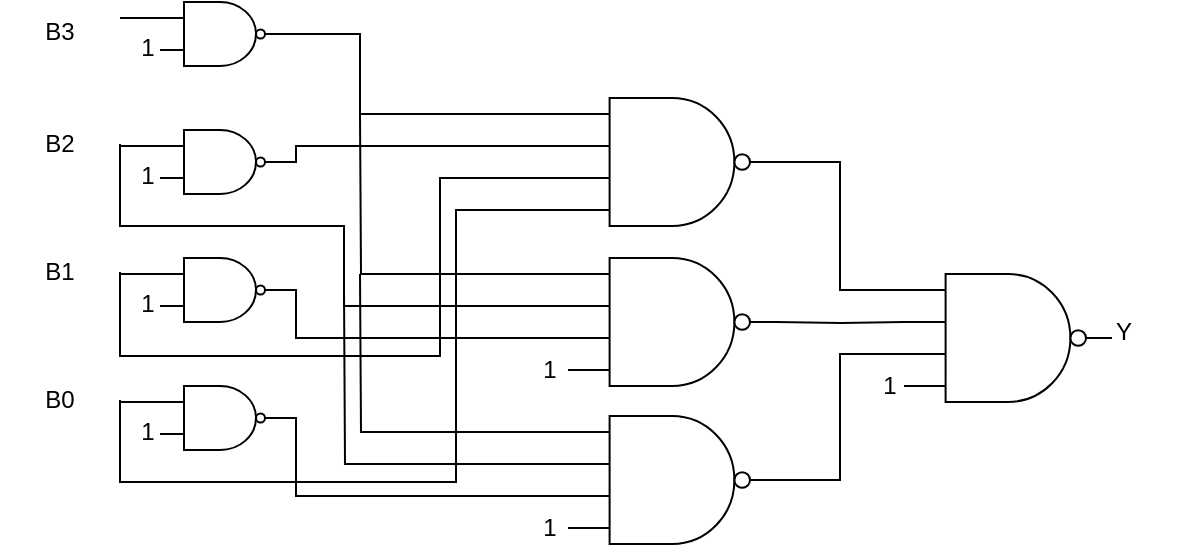
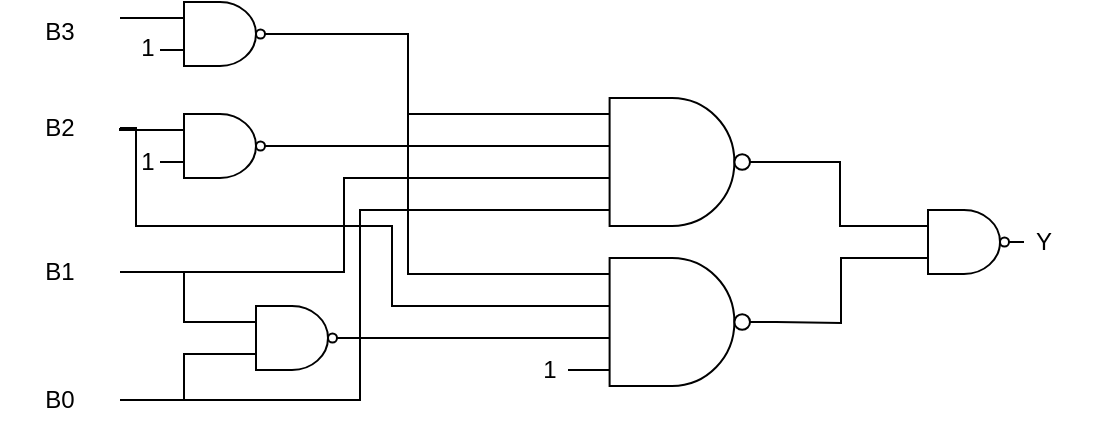
<mxfile host="app.diagrams.net" agent="Mozilla/5.0 (Windows NT 10.0; Win64; x64) AppleWebKit/537.36 (KHTML, like Gecko) Chrome/142.0.0.0 Safari/537.36 Edg/142.0.0.0">
  <diagram name="第 1 页" id="SSyZGLvfdHFejiNZ9gYk">
-     <mxGraphModel dx="574" dy="286" grid="1" gridSize="8" guides="1" tooltips="1" connect="1" arrows="1" fold="1" page="1" pageScale="1" pageWidth="827" pageHeight="1169" math="0" shadow="0">
+     <mxGraphModel dx="693" dy="345" grid="1" gridSize="8" guides="1" tooltips="1" connect="1" arrows="1" fold="1" page="1" pageScale="1" pageWidth="827" pageHeight="1169" math="0" shadow="0">
      <root>
        <mxCell id="0" />
        <mxCell id="1" parent="0" />
-         <mxCell id="LB7VPcnsJI316lUqnGeF-21" edge="1" parent="1" source="LB7VPcnsJI316lUqnGeF-11" style="edgeStyle=orthogonalEdgeStyle;rounded=0;orthogonalLoop=1;jettySize=auto;html=1;exitX=1;exitY=0.5;exitDx=0;exitDy=0;exitPerimeter=0;endArrow=none;endFill=0;entryX=0;entryY=0.125;entryDx=0;entryDy=0;entryPerimeter=0;" target="LB7VPcnsJI316lUqnGeF-20">
+         <mxCell id="LB7VPcnsJI316lUqnGeF-21" edge="1" parent="1" source="LB7VPcnsJI316lUqnGeF-11" style="edgeStyle=orthogonalEdgeStyle;rounded=0;orthogonalLoop=1;jettySize=auto;html=1;exitX=1;exitY=0.5;exitDx=0;exitDy=0;exitPerimeter=0;endArrow=none;endFill=0;entryX=0;entryY=0.25;entryDx=0;entryDy=0;entryPerimeter=0;" target="wrNRGddaExiNNhLRFboh-1">
          <mxGeometry relative="1" as="geometry">
-             <mxPoint x="440" y="111.90476190476187" as="targetPoint" />
+             <mxPoint x="456" y="176" as="targetPoint" />
+           </mxGeometry>
+         </mxCell>
+         <mxCell id="wrNRGddaExiNNhLRFboh-5" edge="1" parent="1" source="LB7VPcnsJI316lUqnGeF-11" style="edgeStyle=orthogonalEdgeStyle;rounded=0;orthogonalLoop=1;jettySize=auto;html=1;exitX=0;exitY=0.625;exitDx=0;exitDy=0;exitPerimeter=0;entryX=1;entryY=0.5;entryDx=0;entryDy=0;endArrow=none;endFill=0;" target="LB7VPcnsJI316lUqnGeF-28">
+           <mxGeometry relative="1" as="geometry">
+             <Array as="points">
+               <mxPoint x="176" y="120" />
+               <mxPoint x="176" y="167" />
+             </Array>
          </mxGeometry>
        </mxCell>
        <mxCell id="LB7VPcnsJI316lUqnGeF-11" parent="1" style="verticalLabelPosition=bottom;shadow=0;dashed=0;align=center;html=1;verticalAlign=top;shape=mxgraph.electrical.logic_gates.logic_gate;operation=and;negating=1;negSize=0.15;numInputs=4;" value="" vertex="1">
          <mxGeometry height="64" width="104" x="288" y="80" as="geometry" />
        </mxCell>
        <mxCell id="LB7VPcnsJI316lUqnGeF-12" edge="1" parent="1" source="LB7VPcnsJI316lUqnGeF-11" style="endArrow=none;html=1;rounded=0;exitX=0;exitY=0.875;exitDx=0;exitDy=0;exitPerimeter=0;" value="">
          <mxGeometry height="50" relative="1" width="50" as="geometry">
            <mxPoint x="328" y="136" as="sourcePoint" />
            <mxPoint x="280" y="136" as="targetPoint" />
-           </mxGeometry>
-         </mxCell>
-         <mxCell id="LB7VPcnsJI316lUqnGeF-13" edge="1" parent="1" source="LB7VPcnsJI316lUqnGeF-11" style="endArrow=none;html=1;rounded=0;exitX=0;exitY=0.625;exitDx=0;exitDy=0;exitPerimeter=0;" value="">
-           <mxGeometry height="50" relative="1" width="50" as="geometry">
-             <mxPoint x="330" y="120" as="sourcePoint" />
-             <mxPoint x="280" y="120" as="targetPoint" />
          </mxGeometry>
        </mxCell>
        <mxCell id="LB7VPcnsJI316lUqnGeF-14" edge="1" parent="1" source="LB7VPcnsJI316lUqnGeF-11" style="endArrow=none;html=1;rounded=0;exitX=0;exitY=0.375;exitDx=0;exitDy=0;exitPerimeter=0;" value="">
          <mxGeometry height="50" relative="1" width="50" as="geometry">
            <mxPoint x="330" y="104" as="sourcePoint" />
            <mxPoint x="280" y="104" as="targetPoint" />
          </mxGeometry>
        </mxCell>
        <mxCell id="LB7VPcnsJI316lUqnGeF-15" edge="1" parent="1" source="LB7VPcnsJI316lUqnGeF-11" style="endArrow=none;html=1;rounded=0;exitX=0;exitY=0.125;exitDx=0;exitDy=0;exitPerimeter=0;" value="">
          <mxGeometry height="50" relative="1" width="50" as="geometry">
            <mxPoint x="328" y="88" as="sourcePoint" />
            <mxPoint x="280" y="88" as="targetPoint" />
          </mxGeometry>
        </mxCell>
        <mxCell id="LB7VPcnsJI316lUqnGeF-16" parent="1" style="text;html=1;whiteSpace=wrap;strokeColor=none;fillColor=none;align=center;verticalAlign=middle;rounded=0;" value="1" vertex="1">
          <mxGeometry height="22" width="32" x="263" y="205" as="geometry" />
        </mxCell>
-         <mxCell id="LB7VPcnsJI316lUqnGeF-47" edge="1" parent="1" source="RvaNU_OsgMu0X9zi4izz-5" style="edgeStyle=orthogonalEdgeStyle;rounded=0;orthogonalLoop=1;jettySize=auto;html=1;exitX=0;exitY=0.375;exitDx=0;exitDy=0;exitPerimeter=0;endArrow=none;endFill=0;">
-           <mxGeometry relative="1" as="geometry">
-             <mxPoint x="288" y="248" as="sourcePoint" />
-             <mxPoint x="176" y="176" as="targetPoint" />
-           </mxGeometry>
-         </mxCell>
-         <mxCell id="LB7VPcnsJI316lUqnGeF-20" parent="1" style="verticalLabelPosition=bottom;shadow=0;dashed=0;align=center;html=1;verticalAlign=top;shape=mxgraph.electrical.logic_gates.logic_gate;operation=and;negating=1;negSize=0.15;numInputs=4;" value="" vertex="1">
-           <mxGeometry height="64" width="104" x="456" y="168" as="geometry" />
-         </mxCell>
-         <mxCell id="LB7VPcnsJI316lUqnGeF-24" edge="1" parent="1" style="edgeStyle=orthogonalEdgeStyle;rounded=0;orthogonalLoop=1;jettySize=auto;html=1;exitX=1;exitY=0.5;exitDx=0;exitDy=0;exitPerimeter=0;entryX=0;entryY=0.375;entryDx=0;entryDy=0;entryPerimeter=0;endArrow=none;endFill=0;" target="LB7VPcnsJI316lUqnGeF-20">
+         <mxCell id="LB7VPcnsJI316lUqnGeF-24" edge="1" parent="1" style="edgeStyle=orthogonalEdgeStyle;rounded=0;orthogonalLoop=1;jettySize=auto;html=1;exitX=1;exitY=0.5;exitDx=0;exitDy=0;exitPerimeter=0;entryX=0;entryY=0.75;entryDx=0;entryDy=0;entryPerimeter=0;endArrow=none;endFill=0;" target="wrNRGddaExiNNhLRFboh-1">
          <mxGeometry relative="1" as="geometry">
            <mxPoint x="392.0000000000001" y="192" as="sourcePoint" />
+             <mxPoint x="456" y="192" as="targetPoint" />
          </mxGeometry>
-         </mxCell>
-         <mxCell id="LB7VPcnsJI316lUqnGeF-25" edge="1" parent="1" source="RvaNU_OsgMu0X9zi4izz-5" style="edgeStyle=orthogonalEdgeStyle;rounded=0;orthogonalLoop=1;jettySize=auto;html=1;exitX=1;exitY=0.5;exitDx=0;exitDy=0;exitPerimeter=0;entryX=0;entryY=0.625;entryDx=0;entryDy=0;entryPerimeter=0;endArrow=none;endFill=0;" target="LB7VPcnsJI316lUqnGeF-20">
-           <mxGeometry relative="1" as="geometry">
-             <mxPoint x="392.0000000000001" y="264" as="sourcePoint" />
-           </mxGeometry>
-         </mxCell>
-         <mxCell id="LB7VPcnsJI316lUqnGeF-26" parent="1" style="text;html=1;whiteSpace=wrap;strokeColor=none;fillColor=none;align=center;verticalAlign=middle;rounded=0;" value="1" vertex="1">
-           <mxGeometry height="30" width="60" x="419" y="209" as="geometry" />
        </mxCell>
        <mxCell id="LB7VPcnsJI316lUqnGeF-38" edge="1" parent="1" source="LB7VPcnsJI316lUqnGeF-27" style="edgeStyle=orthogonalEdgeStyle;rounded=0;orthogonalLoop=1;jettySize=auto;html=1;exitX=1;exitY=0.5;exitDx=0;exitDy=0;endArrow=none;endFill=0;entryX=0;entryY=0.375;entryDx=0;entryDy=0;entryPerimeter=0;" target="RvaNU_OsgMu0X9zi4izz-4">
          <mxGeometry relative="1" as="geometry">
            <Array as="points">
-               <mxPoint x="64" y="144" />
-               <mxPoint x="176" y="144" />
-               <mxPoint x="176" y="184" />
+               <mxPoint x="72" y="95" />
+               <mxPoint x="72" y="144" />
+               <mxPoint x="200" y="144" />
+               <mxPoint x="200" y="184" />
            </Array>
            <mxPoint x="58" y="136" as="sourcePoint" />
            <mxPoint x="288" y="176" as="targetPoint" />
          </mxGeometry>
        </mxCell>
        <mxCell id="LB7VPcnsJI316lUqnGeF-27" parent="1" style="text;html=1;whiteSpace=wrap;strokeColor=none;fillColor=none;align=center;verticalAlign=middle;rounded=0;" value="B2" vertex="1">
-           <mxGeometry height="30" width="60" x="4" y="88" as="geometry" />
+           <mxGeometry height="30" width="60" x="4" y="80" as="geometry" />
        </mxCell>
        <mxCell id="LB7VPcnsJI316lUqnGeF-28" parent="1" style="text;html=1;whiteSpace=wrap;strokeColor=none;fillColor=none;align=center;verticalAlign=middle;rounded=0;" value="B1" vertex="1">
          <mxGeometry height="30" width="60" x="4" y="152" as="geometry" />
        </mxCell>
        <mxCell id="LB7VPcnsJI316lUqnGeF-29" parent="1" style="text;html=1;whiteSpace=wrap;strokeColor=none;fillColor=none;align=center;verticalAlign=middle;rounded=0;" value="B0" vertex="1">
          <mxGeometry height="30" width="60" x="4" y="216" as="geometry" />
        </mxCell>
-         <mxCell id="LB7VPcnsJI316lUqnGeF-33" edge="1" parent="1" source="LB7VPcnsJI316lUqnGeF-30" style="edgeStyle=orthogonalEdgeStyle;rounded=0;orthogonalLoop=1;jettySize=auto;html=1;exitX=0;exitY=0.25;exitDx=0;exitDy=0;exitPerimeter=0;entryX=1;entryY=0.5;entryDx=0;entryDy=0;endArrow=none;endFill=0;" target="LB7VPcnsJI316lUqnGeF-27">
-           <mxGeometry relative="1" as="geometry">
-             <Array as="points">
-               <mxPoint x="64" y="104" />
-             </Array>
-           </mxGeometry>
-         </mxCell>
        <mxCell id="LB7VPcnsJI316lUqnGeF-42" edge="1" parent="1" source="LB7VPcnsJI316lUqnGeF-30" style="edgeStyle=orthogonalEdgeStyle;rounded=0;orthogonalLoop=1;jettySize=auto;html=1;exitX=1;exitY=0.5;exitDx=0;exitDy=0;exitPerimeter=0;endArrow=none;endFill=0;">
          <mxGeometry relative="1" as="geometry">
            <Array as="points">
-               <mxPoint x="152" y="112" />
+               <mxPoint x="152" y="104" />
              <mxPoint x="152" y="104" />
            </Array>
            <mxPoint x="280" y="104" as="targetPoint" />
          </mxGeometry>
        </mxCell>
-         <mxCell id="LB7VPcnsJI316lUqnGeF-30" parent="1" style="verticalLabelPosition=bottom;shadow=0;dashed=0;align=center;html=1;verticalAlign=top;shape=mxgraph.electrical.logic_gates.logic_gate;operation=and;negating=1;negSize=0.15;" value="" vertex="1">
-           <mxGeometry height="32" width="60" x="84" y="96" as="geometry" />
-         </mxCell>
-         <mxCell id="LB7VPcnsJI316lUqnGeF-34" edge="1" parent="1" source="LB7VPcnsJI316lUqnGeF-31" style="edgeStyle=orthogonalEdgeStyle;rounded=0;orthogonalLoop=1;jettySize=auto;html=1;exitX=0;exitY=0.25;exitDx=0;exitDy=0;exitPerimeter=0;entryX=1;entryY=0.5;entryDx=0;entryDy=0;startArrow=none;startFill=0;endArrow=none;endFill=0;" target="LB7VPcnsJI316lUqnGeF-28">
+         <mxCell id="wrNRGddaExiNNhLRFboh-8" edge="1" parent="1" source="LB7VPcnsJI316lUqnGeF-30" style="edgeStyle=orthogonalEdgeStyle;rounded=0;orthogonalLoop=1;jettySize=auto;html=1;exitX=0;exitY=0.25;exitDx=0;exitDy=0;exitPerimeter=0;entryX=1;entryY=0.5;entryDx=0;entryDy=0;endArrow=none;endFill=0;" target="LB7VPcnsJI316lUqnGeF-27">
          <mxGeometry relative="1" as="geometry" />
        </mxCell>
-         <mxCell id="LB7VPcnsJI316lUqnGeF-31" parent="1" style="verticalLabelPosition=bottom;shadow=0;dashed=0;align=center;html=1;verticalAlign=top;shape=mxgraph.electrical.logic_gates.logic_gate;operation=and;negating=1;negSize=0.15;" value="" vertex="1">
-           <mxGeometry height="32" width="60" x="84" y="160" as="geometry" />
+         <mxCell id="LB7VPcnsJI316lUqnGeF-30" parent="1" style="verticalLabelPosition=bottom;shadow=0;dashed=0;align=center;html=1;verticalAlign=top;shape=mxgraph.electrical.logic_gates.logic_gate;operation=and;negating=1;negSize=0.15;" value="" vertex="1">
+           <mxGeometry height="32" width="60" x="84" y="88" as="geometry" />
        </mxCell>
-         <mxCell id="LB7VPcnsJI316lUqnGeF-32" parent="1" style="verticalLabelPosition=bottom;shadow=0;dashed=0;align=center;html=1;verticalAlign=top;shape=mxgraph.electrical.logic_gates.logic_gate;operation=and;negating=1;negSize=0.15;" value="" vertex="1">
-           <mxGeometry height="32" width="60" x="84" y="224" as="geometry" />
-         </mxCell>
-         <mxCell id="LB7VPcnsJI316lUqnGeF-39" edge="1" parent="1" source="LB7VPcnsJI316lUqnGeF-28" style="edgeStyle=orthogonalEdgeStyle;rounded=0;orthogonalLoop=1;jettySize=auto;html=1;exitX=1;exitY=0.5;exitDx=0;exitDy=0;endArrow=none;endFill=0;">
+         <mxCell id="LB7VPcnsJI316lUqnGeF-40" edge="1" parent="1" source="LB7VPcnsJI316lUqnGeF-29" style="edgeStyle=orthogonalEdgeStyle;rounded=0;orthogonalLoop=1;jettySize=auto;html=1;endArrow=none;endFill=0;exitX=1;exitY=0.5;exitDx=0;exitDy=0;">
          <mxGeometry relative="1" as="geometry">
            <Array as="points">
-               <mxPoint x="64" y="209" />
-               <mxPoint x="224" y="209" />
-               <mxPoint x="224" y="120" />
+               <mxPoint x="184" y="231" />
+               <mxPoint x="184" y="136" />
            </Array>
-             <mxPoint x="72" y="192" as="sourcePoint" />
-             <mxPoint x="280" y="120" as="targetPoint" />
-           </mxGeometry>
-         </mxCell>
-         <mxCell id="LB7VPcnsJI316lUqnGeF-40" edge="1" parent="1" source="LB7VPcnsJI316lUqnGeF-29" style="edgeStyle=orthogonalEdgeStyle;rounded=0;orthogonalLoop=1;jettySize=auto;html=1;exitX=1;exitY=0.5;exitDx=0;exitDy=0;endArrow=none;endFill=0;">
-           <mxGeometry relative="1" as="geometry">
-             <Array as="points">
-               <mxPoint x="64" y="272" />
-               <mxPoint x="232" y="272" />
-               <mxPoint x="232" y="136" />
-             </Array>
-             <mxPoint x="64" y="232" as="sourcePoint" />
+             <mxPoint x="104" y="272" as="sourcePoint" />
            <mxPoint x="280" y="136" as="targetPoint" />
          </mxGeometry>
        </mxCell>
-         <mxCell id="LB7VPcnsJI316lUqnGeF-41" edge="1" parent="1" source="LB7VPcnsJI316lUqnGeF-32" style="edgeStyle=orthogonalEdgeStyle;rounded=0;orthogonalLoop=1;jettySize=auto;html=1;exitX=0;exitY=0.25;exitDx=0;exitDy=0;exitPerimeter=0;entryX=1;entryY=0.5;entryDx=0;entryDy=0;endArrow=none;endFill=0;" target="LB7VPcnsJI316lUqnGeF-29">
-           <mxGeometry relative="1" as="geometry" />
-         </mxCell>
        <mxCell id="LB7VPcnsJI316lUqnGeF-43" parent="1" style="text;html=1;whiteSpace=wrap;strokeColor=none;fillColor=none;align=center;verticalAlign=middle;rounded=0;" value="1" vertex="1">
-           <mxGeometry height="30" width="60" x="48" y="104" as="geometry" />
-         </mxCell>
-         <mxCell id="LB7VPcnsJI316lUqnGeF-44" parent="1" style="text;html=1;whiteSpace=wrap;strokeColor=none;fillColor=none;align=center;verticalAlign=middle;rounded=0;" value="1" vertex="1">
-           <mxGeometry height="30" width="60" x="48" y="168" as="geometry" />
-         </mxCell>
-         <mxCell id="LB7VPcnsJI316lUqnGeF-45" parent="1" style="text;html=1;whiteSpace=wrap;strokeColor=none;fillColor=none;align=center;verticalAlign=middle;rounded=0;" value="1" vertex="1">
-           <mxGeometry height="30" width="60" x="48" y="232" as="geometry" />
-         </mxCell>
-         <mxCell id="LB7VPcnsJI316lUqnGeF-48" edge="1" parent="1" source="LB7VPcnsJI316lUqnGeF-31" style="edgeStyle=orthogonalEdgeStyle;rounded=0;orthogonalLoop=1;jettySize=auto;html=1;exitX=1;exitY=0.5;exitDx=0;exitDy=0;exitPerimeter=0;entryX=0;entryY=0.625;entryDx=0;entryDy=0;endArrow=none;endFill=0;entryPerimeter=0;" target="RvaNU_OsgMu0X9zi4izz-4">
-           <mxGeometry relative="1" as="geometry">
-             <Array as="points">
-               <mxPoint x="152" y="176" />
-               <mxPoint x="152" y="200" />
-             </Array>
-             <mxPoint x="288" y="208" as="targetPoint" />
-           </mxGeometry>
-         </mxCell>
-         <mxCell id="LB7VPcnsJI316lUqnGeF-49" edge="1" parent="1" source="LB7VPcnsJI316lUqnGeF-32" style="edgeStyle=orthogonalEdgeStyle;rounded=0;orthogonalLoop=1;jettySize=auto;html=1;exitX=1;exitY=0.5;exitDx=0;exitDy=0;exitPerimeter=0;entryX=0;entryY=0.625;entryDx=0;entryDy=0;entryPerimeter=0;endArrow=none;endFill=0;" target="RvaNU_OsgMu0X9zi4izz-5">
-           <mxGeometry relative="1" as="geometry">
-             <Array as="points">
-               <mxPoint x="152" y="240" />
-               <mxPoint x="152" y="279" />
-             </Array>
-             <mxPoint x="288" y="280" as="targetPoint" />
-           </mxGeometry>
+           <mxGeometry height="30" width="60" x="48" y="97" as="geometry" />
        </mxCell>
        <mxCell id="LB7VPcnsJI316lUqnGeF-50" parent="1" style="text;html=1;whiteSpace=wrap;strokeColor=none;fillColor=none;align=center;verticalAlign=middle;rounded=0;" value="Y" vertex="1">
-           <mxGeometry height="30" width="60" x="536" y="182" as="geometry" />
+           <mxGeometry height="30" width="60" x="496" y="137" as="geometry" />
        </mxCell>
        <mxCell id="RvaNU_OsgMu0X9zi4izz-8" edge="1" parent="1" source="RvaNU_OsgMu0X9zi4izz-2" style="edgeStyle=orthogonalEdgeStyle;rounded=0;orthogonalLoop=1;jettySize=auto;html=1;exitX=0;exitY=0.25;exitDx=0;exitDy=0;exitPerimeter=0;entryX=1;entryY=0.25;entryDx=0;entryDy=0;endArrow=none;endFill=0;" target="RvaNU_OsgMu0X9zi4izz-3">
          <mxGeometry relative="1" as="geometry" />
        </mxCell>
        <mxCell id="RvaNU_OsgMu0X9zi4izz-10" edge="1" parent="1" source="RvaNU_OsgMu0X9zi4izz-2" style="edgeStyle=orthogonalEdgeStyle;rounded=0;orthogonalLoop=1;jettySize=auto;html=1;exitX=1;exitY=0.5;exitDx=0;exitDy=0;exitPerimeter=0;endArrow=none;endFill=0;">
          <mxGeometry relative="1" as="geometry">
            <Array as="points">
-               <mxPoint x="184" y="48" />
-               <mxPoint x="184" y="88" />
+               <mxPoint x="208" y="48" />
+               <mxPoint x="208" y="88" />
            </Array>
            <mxPoint x="280" y="88" as="targetPoint" />
          </mxGeometry>
        </mxCell>
        <mxCell id="RvaNU_OsgMu0X9zi4izz-2" parent="1" style="verticalLabelPosition=bottom;shadow=0;dashed=0;align=center;html=1;verticalAlign=top;shape=mxgraph.electrical.logic_gates.logic_gate;operation=and;negating=1;negSize=0.15;" value="" vertex="1">
          <mxGeometry height="32" width="60" x="84" y="32" as="geometry" />
        </mxCell>
        <mxCell id="RvaNU_OsgMu0X9zi4izz-3" parent="1" style="text;html=1;whiteSpace=wrap;strokeColor=none;fillColor=none;align=center;verticalAlign=middle;rounded=0;" value="B3" vertex="1">
          <mxGeometry height="30" width="60" x="4" y="32" as="geometry" />
        </mxCell>
        <mxCell id="RvaNU_OsgMu0X9zi4izz-11" edge="1" parent="1" source="RvaNU_OsgMu0X9zi4izz-4" style="edgeStyle=orthogonalEdgeStyle;rounded=0;orthogonalLoop=1;jettySize=auto;html=1;exitX=0;exitY=0.125;exitDx=0;exitDy=0;exitPerimeter=0;endArrow=none;endFill=0;">
          <mxGeometry relative="1" as="geometry">
-             <mxPoint x="184" y="88" as="targetPoint" />
+             <Array as="points">
+               <mxPoint x="208" y="168" />
+               <mxPoint x="208" y="88" />
+             </Array>
+             <mxPoint x="208" y="88" as="targetPoint" />
          </mxGeometry>
        </mxCell>
        <mxCell id="RvaNU_OsgMu0X9zi4izz-4" parent="1" style="verticalLabelPosition=bottom;shadow=0;dashed=0;align=center;html=1;verticalAlign=top;shape=mxgraph.electrical.logic_gates.logic_gate;operation=and;negating=1;negSize=0.15;numInputs=4;" value="" vertex="1">
          <mxGeometry height="64" width="104" x="288" y="160" as="geometry" />
        </mxCell>
-         <mxCell id="RvaNU_OsgMu0X9zi4izz-12" edge="1" parent="1" source="RvaNU_OsgMu0X9zi4izz-5" style="edgeStyle=orthogonalEdgeStyle;rounded=0;orthogonalLoop=1;jettySize=auto;html=1;exitX=0;exitY=0.125;exitDx=0;exitDy=0;exitPerimeter=0;endArrow=none;endFill=0;">
+         <mxCell id="RvaNU_OsgMu0X9zi4izz-9" parent="1" style="text;html=1;whiteSpace=wrap;strokeColor=none;fillColor=none;align=center;verticalAlign=middle;rounded=0;" value="1" vertex="1">
+           <mxGeometry height="30" width="60" x="48" y="40" as="geometry" />
+         </mxCell>
+         <mxCell id="wrNRGddaExiNNhLRFboh-1" parent="1" style="verticalLabelPosition=bottom;shadow=0;dashed=0;align=center;html=1;verticalAlign=top;shape=mxgraph.electrical.logic_gates.logic_gate;operation=and;negating=1;negSize=0.15;" value="" vertex="1">
+           <mxGeometry height="32" width="60" x="456" y="136" as="geometry" />
+         </mxCell>
+         <mxCell id="wrNRGddaExiNNhLRFboh-3" edge="1" parent="1" source="wrNRGddaExiNNhLRFboh-2" style="edgeStyle=orthogonalEdgeStyle;rounded=0;orthogonalLoop=1;jettySize=auto;html=1;exitX=0;exitY=0.25;exitDx=0;exitDy=0;exitPerimeter=0;entryX=1;entryY=0.5;entryDx=0;entryDy=0;endArrow=none;endFill=0;" target="LB7VPcnsJI316lUqnGeF-28">
          <mxGeometry relative="1" as="geometry">
-             <mxPoint x="184" y="168" as="targetPoint" />
+             <Array as="points">
+               <mxPoint x="96" y="192" />
+               <mxPoint x="96" y="167" />
+             </Array>
          </mxGeometry>
        </mxCell>
-         <mxCell id="RvaNU_OsgMu0X9zi4izz-5" parent="1" style="verticalLabelPosition=bottom;shadow=0;dashed=0;align=center;html=1;verticalAlign=top;shape=mxgraph.electrical.logic_gates.logic_gate;operation=and;negating=1;negSize=0.15;numInputs=4;" value="" vertex="1">
-           <mxGeometry height="64" width="104" x="288" y="239" as="geometry" />
+         <mxCell id="wrNRGddaExiNNhLRFboh-4" edge="1" parent="1" source="wrNRGddaExiNNhLRFboh-2" style="edgeStyle=orthogonalEdgeStyle;rounded=0;orthogonalLoop=1;jettySize=auto;html=1;exitX=0;exitY=0.75;exitDx=0;exitDy=0;exitPerimeter=0;entryX=1;entryY=0.5;entryDx=0;entryDy=0;endArrow=none;endFill=0;" target="LB7VPcnsJI316lUqnGeF-29">
+           <mxGeometry relative="1" as="geometry">
+             <Array as="points">
+               <mxPoint x="96" y="208" />
+               <mxPoint x="96" y="231" />
+             </Array>
+           </mxGeometry>
        </mxCell>
-         <mxCell id="RvaNU_OsgMu0X9zi4izz-6" parent="1" style="text;html=1;whiteSpace=wrap;strokeColor=none;fillColor=none;align=center;verticalAlign=middle;rounded=0;" value="1" vertex="1">
-           <mxGeometry height="30" width="60" x="249" y="280" as="geometry" />
+         <mxCell id="wrNRGddaExiNNhLRFboh-2" parent="1" style="verticalLabelPosition=bottom;shadow=0;dashed=0;align=center;html=1;verticalAlign=top;shape=mxgraph.electrical.logic_gates.logic_gate;operation=and;negating=1;negSize=0.15;" value="" vertex="1">
+           <mxGeometry height="32" width="60" x="120" y="184" as="geometry" />
        </mxCell>
-         <mxCell id="RvaNU_OsgMu0X9zi4izz-9" parent="1" style="text;html=1;whiteSpace=wrap;strokeColor=none;fillColor=none;align=center;verticalAlign=middle;rounded=0;" value="1" vertex="1">
-           <mxGeometry height="30" width="60" x="48" y="40" as="geometry" />
+         <mxCell id="wrNRGddaExiNNhLRFboh-9" edge="1" parent="1" source="wrNRGddaExiNNhLRFboh-2" style="edgeStyle=orthogonalEdgeStyle;rounded=0;orthogonalLoop=1;jettySize=auto;html=1;exitX=1;exitY=0.5;exitDx=0;exitDy=0;exitPerimeter=0;entryX=0;entryY=0.625;entryDx=0;entryDy=0;entryPerimeter=0;endArrow=none;endFill=0;" target="RvaNU_OsgMu0X9zi4izz-4">
+           <mxGeometry relative="1" as="geometry" />
        </mxCell>
      </root>
    </mxGraphModel>
  </diagram>
</mxfile>
